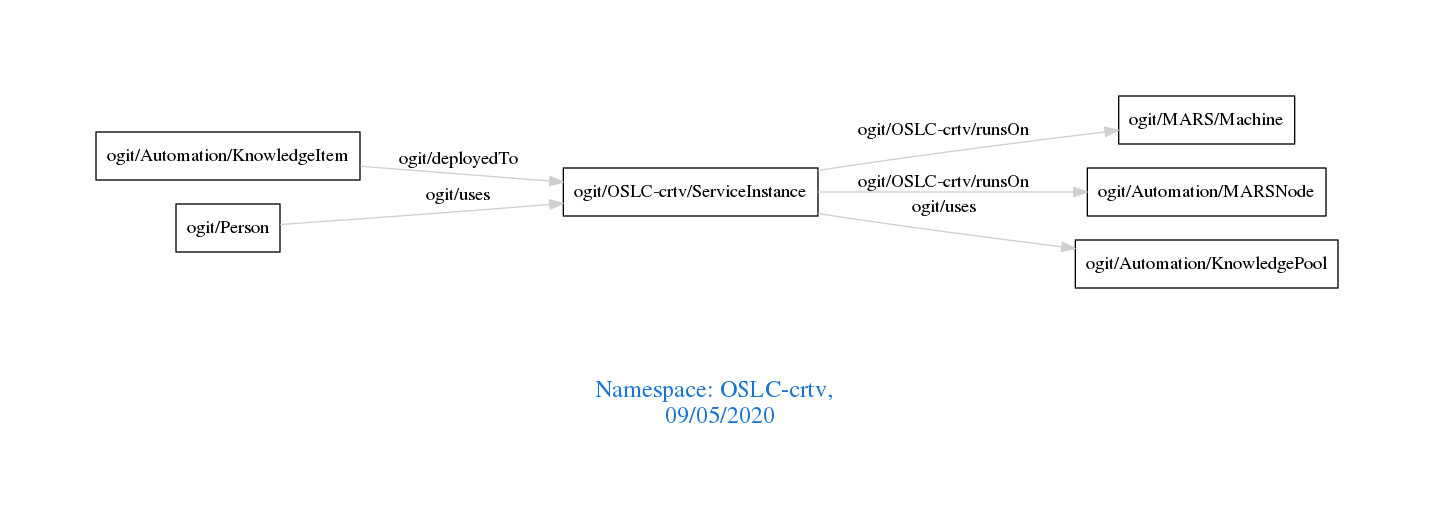
Earlier version of the Graphviz export downloads/OSLC-crtv.png (arago/OGIT). Its source is kept beside it as downloads/OSLC-crtv.dot.
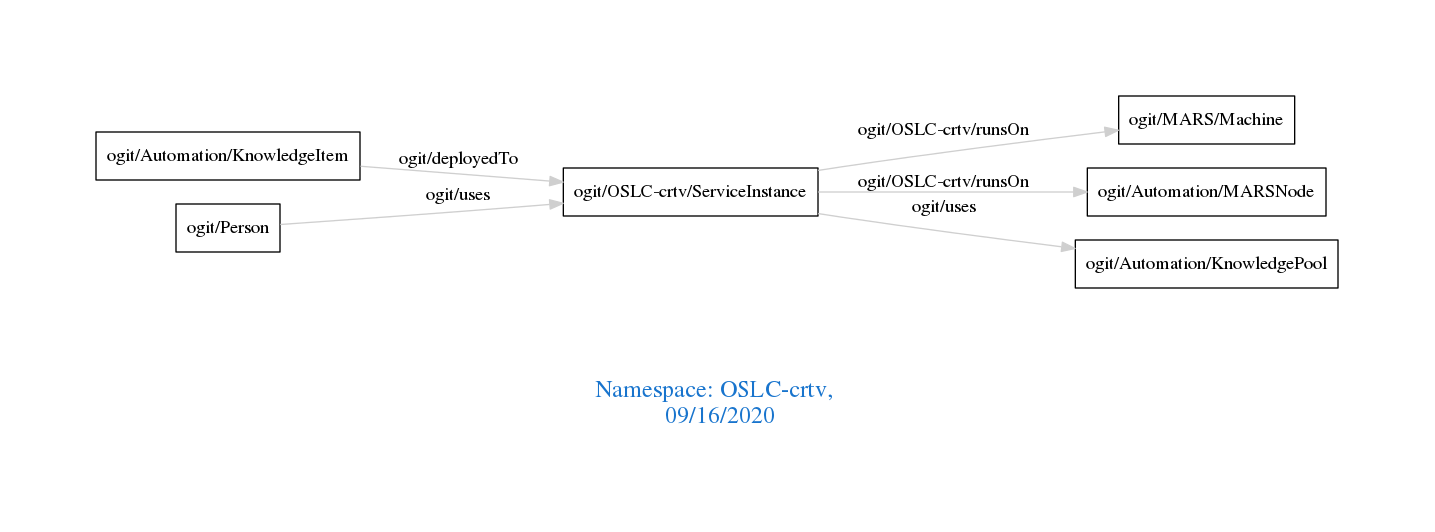
Above is the later version.

What changed in the source:
```diff
@@ -1,7 +1,7 @@
 digraph OGIT_ontology {
  graph [ rankdir= LR,pad=1
 fontsize = 18,
-fontcolor= dodgerblue3,label = "\n\n\nNamespace: OSLC-crtv, \n 09/05/2020"];
+fontcolor= dodgerblue3,label = "\n\n\nNamespace: OSLC-crtv, \n 09/16/2020"];
 node[shape=polygon];
 edge [  color="gray81"];
 
```
